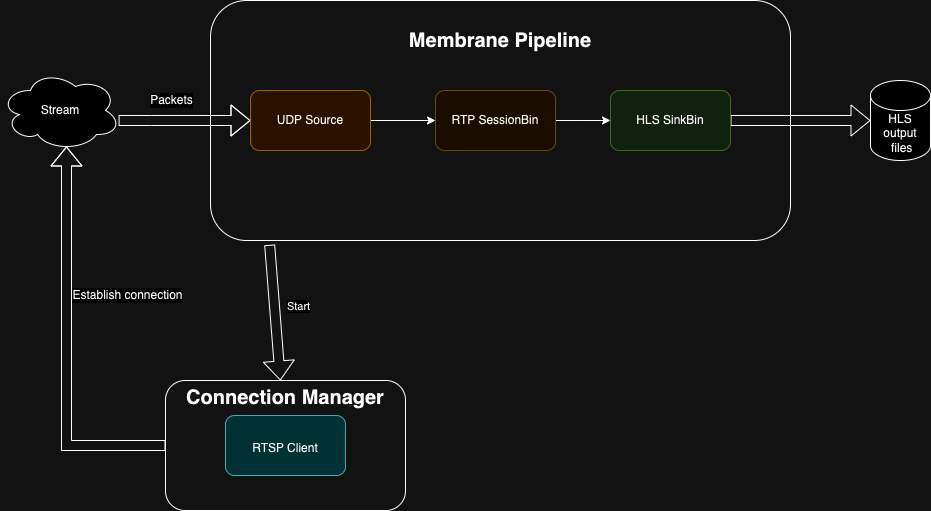
membraneframework/membrane_demo keeps this draw.io diagram as rtsp_to_hls/doc_assets/RTSP_to_HLS_pipeline.png. Above is the earlier version. Source tidied: cells renumbered, new cells last; positions are measured from the earlier drawing's top-left corner, leaving out a move shared by most shapes.
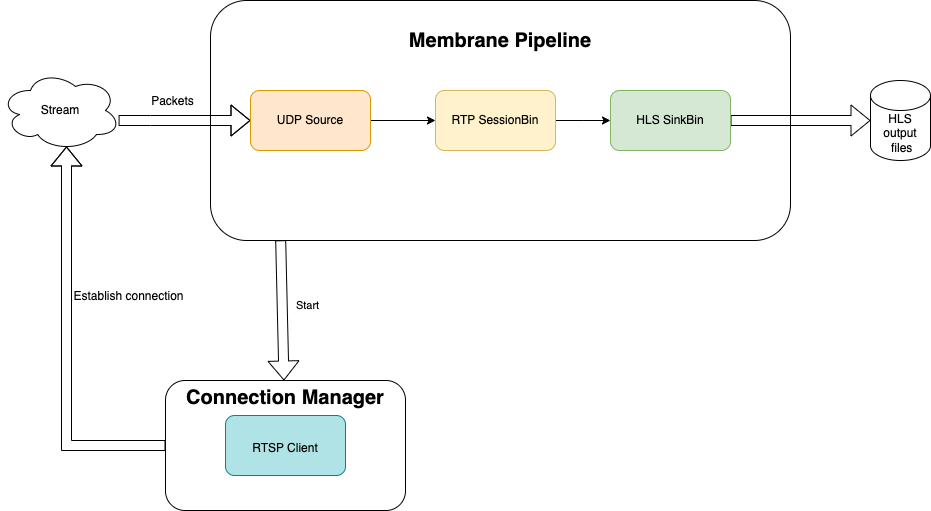
The same file after the commit.

Commit message:
Add light version of architecture diagram

Change to the diagram source:
```diff
@@ -61,7 +61,7 @@
         <mxPoint x="59" y="-147" as="offset" />
       </mxGeometry>
     </mxCell>
-    <mxCell id="18" style="shape=flexArrow;endArrow=classic;html=1;rounded=0;exitX=0.102;exitY=1.018;exitDx=0;exitDy=0;exitPerimeter=0;" parent="1" edge="1" source="2" target="15">
+    <mxCell id="18" style="shape=flexArrow;endArrow=classic;html=1;rounded=0;exitX=0.121;exitY=0.999;exitDx=0;exitDy=0;exitPerimeter=0;" parent="1" edge="1" source="2" target="15">
       <mxGeometry relative="1" as="geometry" />
     </mxCell>
     <mxCell id="19" value="Start" style="edgeLabel;html=1;align=center;verticalAlign=middle;" parent="18" vertex="1">
```
